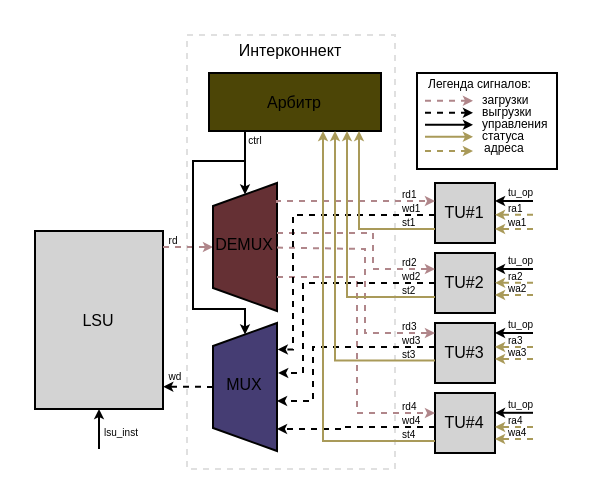
The draw.io diagram docs/starukhin_dissertation/images/svg/interconnect.drawio in HaMeNopeDiot/hardware_gpu, before the edit. Source tidied: cells renumbered, new cells numbered last; positions are measured from the earlier drawing's top-left corner, leaving out a move shared by most shapes. Both pictures are drawn from the tidied source at 200%, with x=0, y=0 at pixel (34, 34).
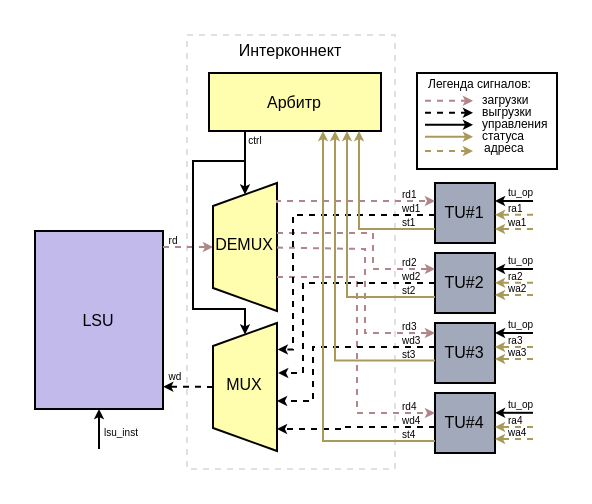
Above is the later version.

Change to the diagram source:
```diff
@@
-    <mxCell id="4" value="LSU" style="rounded=0;whiteSpace=wrap;html=1;fillColor=light-dark(#D3D3D3,#D3D3D3);fontSize=8;strokeColor=light-dark(#000000,#000000);fontColor=light-dark(#000000,#000000);" parent="1" vertex="1">
+    <mxCell id="4" value="LSU" style="rounded=0;whiteSpace=wrap;html=1;fillColor=light-dark(#C1BAEB,#C1BAEB);fontSize=8;strokeColor=light-dark(#000000,#000000);fontColor=light-dark(#000000,#000000);" parent="1" vertex="1">
       <mxGeometry y="98" width="64" height="89" as="geometry" />
     </mxCell>
-    <mxCell id="5" value="TU#1" style="rounded=0;whiteSpace=wrap;html=1;fillColor=light-dark(#D3D3D3,#D3D3D3);fontSize=8;strokeColor=light-dark(#000000,#000000);fontColor=light-dark(#000000,#000000);" parent="1" vertex="1">
+    <mxCell id="5" value="TU#1" style="rounded=0;whiteSpace=wrap;html=1;fillColor=light-dark(#A1A9BB,#A1A9BB);fontSize=8;strokeColor=light-dark(#000000,#000000);fontColor=light-dark(#000000,#000000);" parent="1" vertex="1">
       <mxGeometry x="200" y="74" width="30" height="30" as="geometry" />
     </mxCell>
@@
-    <mxCell id="7" style="shape=trapezoid;perimeter=trapezoidPerimeter;whiteSpace=wrap;html=1;fixedSize=1;rotation=-90;size=11.499999999999886;fillColor=light-dark(#453D73,#C9C0FF);fontColor=light-dark(#000000,#000000);strokeColor=light-dark(#000000,#000000);" parent="1" vertex="1">
+    <mxCell id="7" style="shape=trapezoid;perimeter=trapezoidPerimeter;whiteSpace=wrap;html=1;fixedSize=1;rotation=-90;size=11.499999999999886;fillColor=light-dark(#FFFDAE,#FFFDAE);fontColor=light-dark(#000000,#000000);strokeColor=light-dark(#000000,#000000);" parent="1" vertex="1">
       <mxGeometry x="73" y="160" width="64" height="32" as="geometry" />
     </mxCell>
@@
-    <mxCell id="9" style="shape=trapezoid;perimeter=trapezoidPerimeter;whiteSpace=wrap;html=1;fixedSize=1;rotation=-90;size=11.499999999999886;fillColor=light-dark(#653034,#FFC1C6);fontColor=light-dark(#000000,#000000);strokeColor=light-dark(#000000,#000000);" parent="1" vertex="1">
+    <mxCell id="9" style="shape=trapezoid;perimeter=trapezoidPerimeter;whiteSpace=wrap;html=1;fixedSize=1;rotation=-90;size=11.499999999999886;fillColor=light-dark(#FFFDAE,#FFFDAE);fontColor=light-dark(#000000,#000000);strokeColor=light-dark(#000000,#000000);" parent="1" vertex="1">
       <mxGeometry x="73" y="90" width="64" height="32" as="geometry" />
     </mxCell>
-    <mxCell id="10" value="TU#2" style="rounded=0;whiteSpace=wrap;html=1;fillColor=light-dark(#D3D3D3,#D3D3D3);fontSize=8;strokeColor=light-dark(#000000,#000000);fontColor=light-dark(#000000,#000000);" parent="1" vertex="1">
+    <mxCell id="10" value="TU#2" style="rounded=0;whiteSpace=wrap;html=1;fillColor=light-dark(#A1A9BB,#A1A9BB);fontSize=8;strokeColor=light-dark(#000000,#000000);fontColor=light-dark(#000000,#000000);" parent="1" vertex="1">
       <mxGeometry x="200" y="109" width="30" height="30" as="geometry" />
     </mxCell>
-    <mxCell id="11" value="TU#3" style="rounded=0;whiteSpace=wrap;html=1;fillColor=light-dark(#D3D3D3,#D3D3D3);fontSize=8;strokeColor=light-dark(#000000,#000000);fontColor=light-dark(#000000,#000000);" parent="1" vertex="1">
+    <mxCell id="11" value="TU#3" style="rounded=0;whiteSpace=wrap;html=1;fillColor=light-dark(#A1A9BB,#A1A9BB);fontSize=8;strokeColor=light-dark(#000000,#000000);fontColor=light-dark(#000000,#000000);" parent="1" vertex="1">
       <mxGeometry x="200" y="144" width="30" height="30" as="geometry" />
     </mxCell>
-    <mxCell id="12" value="TU#4" style="rounded=0;whiteSpace=wrap;html=1;fillColor=light-dark(#D3D3D3,#D3D3D3);fontSize=8;strokeColor=light-dark(#000000,#000000);fontColor=light-dark(#000000,#000000);" parent="1" vertex="1">
+    <mxCell id="12" value="TU#4" style="rounded=0;whiteSpace=wrap;html=1;fillColor=light-dark(#A1A9BB,#A1A9BB);fontSize=8;strokeColor=light-dark(#000000,#000000);fontColor=light-dark(#000000,#000000);" parent="1" vertex="1">
       <mxGeometry x="200" y="179" width="30" height="30" as="geometry" />
     </mxCell>
@@
-    <mxCell id="23" value="Арбитр" style="rounded=0;whiteSpace=wrap;html=1;fillColor=light-dark(#4C4506,#D3CB81);fontSize=8;fontColor=light-dark(#000000,#000000);strokeColor=light-dark(#000000,#000000);" parent="1" vertex="1">
+    <mxCell id="23" value="Арбитр" style="rounded=0;whiteSpace=wrap;html=1;fillColor=light-dark(#FFFDAE,#FFFDAE);fontSize=8;fontColor=light-dark(#000000,#000000);strokeColor=light-dark(#000000,#000000);" parent="1" vertex="1">
       <mxGeometry x="87" y="19" width="86" height="29" as="geometry" />
     </mxCell>
```
